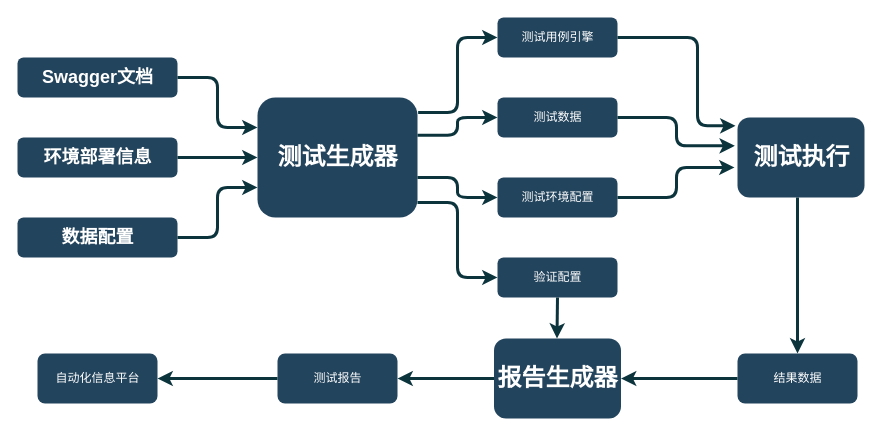
Before: APITestGenerator.drawio in xiongxiaoqing614/diagrams, a draw.io diagram. Source tidied: cells renumbered, new cells numbered last; positions are measured from the earlier drawing's top-left corner, leaving out a move shared by most shapes. Both pictures are drawn from the tidied source at 100%, with x=0, y=0 at pixel (17, 17).
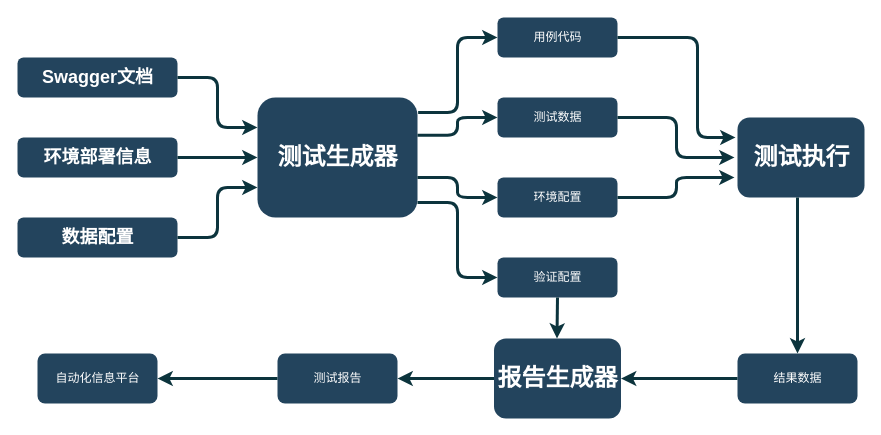
Above is the later version.

The change refers to these unchanged cells:
```xml
<mxCell id="5" value="&lt;h1&gt;&lt;font color=&quot;#ffffff&quot;&gt;测试执行&lt;/font&gt;&lt;/h1&gt;" style="rounded=1;fillColor=#23445D;strokeColor=none;strokeWidth=2;fontFamily=Helvetica;html=1;gradientColor=none;" parent="1" vertex="1">
  <mxGeometry x="720" y="100" width="127" height="80" as="geometry" />
</mxCell>
<mxCell id="12" value="&lt;font color=&quot;#ffffff&quot;&gt;测试数据&lt;/font&gt;" style="rounded=1;fillColor=#23445D;strokeColor=none;strokeWidth=2;fontFamily=Helvetica;html=1;gradientColor=none;" parent="1" vertex="1">
  <mxGeometry x="480" y="80" width="120" height="40" as="geometry" />
</mxCell>
```

Change to the diagram source:
```diff
@@
-    <mxCell id="3" value="&lt;font color=&quot;#ffffff&quot;&gt;测试用例引擎&lt;/font&gt;" style="rounded=1;fillColor=#23445D;strokeColor=none;strokeWidth=2;fontFamily=Helvetica;html=1;gradientColor=none;" parent="1" vertex="1">
+    <mxCell id="3" value="&lt;font color=&quot;#ffffff&quot;&gt;用例代码&lt;/font&gt;" style="rounded=1;fillColor=#23445D;strokeColor=none;strokeWidth=2;fontFamily=Helvetica;html=1;gradientColor=none;" parent="1" vertex="1">
       <mxGeometry x="480" width="120" height="40" as="geometry" />
     </mxCell>
@@
-    <mxCell id="8" style="edgeStyle=elbowEdgeStyle;elbow=horizontal;strokeWidth=3;strokeColor=#0C343D;fontFamily=Helvetica;html=1;entryX=-0.016;entryY=0.104;entryDx=0;entryDy=0;entryPerimeter=0;" parent="1" edge="1" source="3" target="5">
+    <mxCell id="8" style="edgeStyle=elbowEdgeStyle;elbow=horizontal;strokeWidth=3;strokeColor=#0C343D;fontFamily=Helvetica;html=1;" parent="1" edge="1" source="3">
       <mxGeometry x="6.4" y="830.5" as="geometry">
+        <mxPoint x="718" y="120" as="targetPoint" />
         <Array as="points">
           <mxPoint x="680" y="60" />
         </Array>
       </mxGeometry>
     </mxCell>
@@
-    <mxCell id="19" value="&lt;span style=&quot;color: rgb(255 , 255 , 255)&quot;&gt;测试环境配置&lt;/span&gt;" style="rounded=1;fillColor=#23445D;strokeColor=none;strokeWidth=2;fontFamily=Helvetica;html=1;gradientColor=none;" parent="1" vertex="1">
+    <mxCell id="19" value="&lt;span style=&quot;color: rgb(255 , 255 , 255)&quot;&gt;环境配置&lt;/span&gt;" style="rounded=1;fillColor=#23445D;strokeColor=none;strokeWidth=2;fontFamily=Helvetica;html=1;gradientColor=none;" parent="1" vertex="1">
       <mxGeometry x="480" y="160" width="120" height="40" as="geometry" />
     </mxCell>
@@
-    <mxCell id="21" style="edgeStyle=elbowEdgeStyle;elbow=horizontal;strokeWidth=3;strokeColor=#0C343D;fontFamily=Helvetica;html=1;exitX=1;exitY=0.5;exitDx=0;exitDy=0;entryX=-0.021;entryY=0.354;entryDx=0;entryDy=0;entryPerimeter=0;" parent="1" edge="1" source="12" target="5">
-      <mxGeometry x="16.4" y="840.5" as="geometry" />
+    <mxCell id="21" style="edgeStyle=elbowEdgeStyle;elbow=horizontal;strokeWidth=3;strokeColor=#0C343D;fontFamily=Helvetica;html=1;exitX=1;exitY=0.5;exitDx=0;exitDy=0;" parent="1" edge="1" source="12">
+      <mxGeometry x="16.4" y="840.5" as="geometry">
+        <mxPoint x="717" y="140" as="targetPoint" />
+      </mxGeometry>
     </mxCell>
     <mxCell id="22" style="edgeStyle=elbowEdgeStyle;elbow=horizontal;strokeWidth=3;strokeColor=#0C343D;fontFamily=Helvetica;html=1;exitX=1;exitY=0.5;exitDx=0;exitDy=0;" parent="1" edge="1" source="19">
       <mxGeometry x="26.4" y="850.5" as="geometry">
-        <mxPoint x="717" y="150" as="targetPoint" />
+        <mxPoint x="717" y="160" as="targetPoint" />
       </mxGeometry>
     </mxCell>
```
